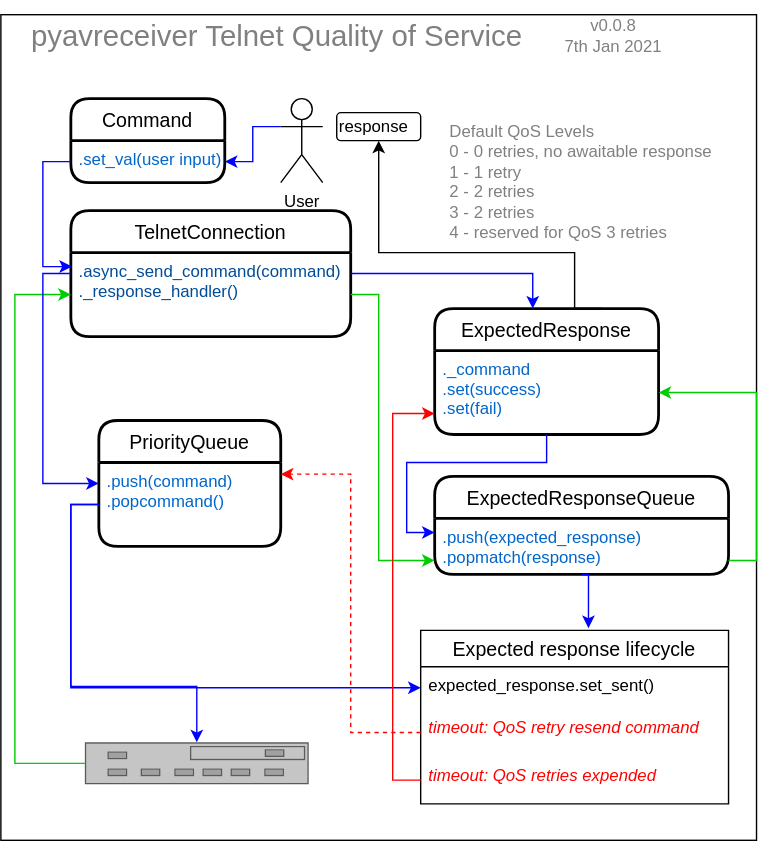
Before: qos-diagram.svg, a diagram exported from draw.io (JPHutchins/pyavreceiver). Source tidied: cells renumbered, new cells last; positions are measured from the earlier drawing's top-left corner, leaving out a move shared by most shapes.
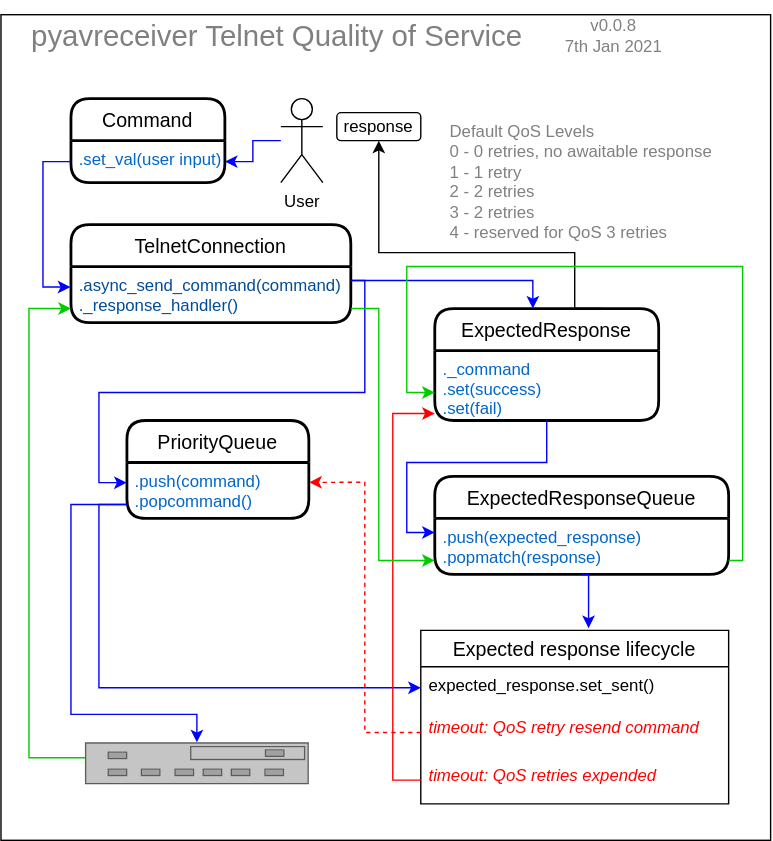
After the commit.

What changed in the source:
```diff
@@ -3,9 +3,9 @@
     <mxCell id="0" />
     <mxCell id="1" parent="0" />
     <mxCell id="2" style="rounded=0;whiteSpace=wrap;html=1;fontColor=#808080;align=left;" parent="1" vertex="1">
-      <mxGeometry y="10" width="540" height="590" as="geometry" />
+      <mxGeometry y="10" width="550" height="590" as="geometry" />
     </mxCell>
-    <mxCell id="3" style="edgeStyle=orthogonalEdgeStyle;rounded=0;jettySize=auto;html=1;exitX=0;exitY=0.3333333333333333;exitDx=0;exitDy=0;exitPerimeter=0;entryX=1;entryY=0.5;entryDx=0;entryDy=0;strokeColor=#0000FF;fontColor=#0000FF;" parent="1" edge="1" source="4" target="6">
+    <mxCell id="3" style="edgeStyle=orthogonalEdgeStyle;rounded=0;jettySize=auto;html=1;entryX=1;entryY=0.5;entryDx=0;entryDy=0;strokeColor=#0000FF;fontColor=#0000FF;" parent="1" edge="1" source="4" target="6">
       <mxGeometry relative="1" as="geometry" />
     </mxCell>
     <mxCell id="4" value="User" style="shape=umlActor;verticalLabelPosition=bottom;verticalAlign=top;html=1;outlineConnect=0;" parent="1" vertex="1">
@@ -18,16 +18,16 @@
       <mxGeometry y="30" width="110" height="30" as="geometry" />
     </mxCell>
     <mxCell id="7" value="TelnetConnection" style="swimlane;horizontal=1;startSize=30;rounded=1;fontSize=14;fontStyle=0;strokeWidth=2;shadow=0;dashed=0;align=center;" parent="1" vertex="1">
-      <mxGeometry x="50" y="150" width="200" height="90" as="geometry" />
+      <mxGeometry x="50" y="160" width="200" height="70" as="geometry" />
     </mxCell>
     <mxCell id="8" value=".async_send_command(command)&#10;._response_handler()" style="align=left;strokeColor=none;fillColor=none;spacingLeft=4;fontSize=12;verticalAlign=top;fontColor=#004C99;" parent="7" vertex="1">
-      <mxGeometry y="30" width="200" height="60" as="geometry" />
+      <mxGeometry y="30" width="200" height="40" as="geometry" />
     </mxCell>
     <mxCell id="9" value="PriorityQueue" style="swimlane;horizontal=1;startSize=30;rounded=1;fontSize=14;fontStyle=0;strokeWidth=2;shadow=0;dashed=0;align=center;" parent="1" vertex="1">
-      <mxGeometry x="70" y="300" width="130" height="90" as="geometry" />
+      <mxGeometry x="90" y="300" width="130" height="70" as="geometry" />
     </mxCell>
     <mxCell id="10" value=".push(command)&#10;.popcommand()" style="align=left;strokeColor=none;fillColor=none;spacingLeft=4;fontSize=12;verticalAlign=top;fontColor=#0066CC;" parent="9" vertex="1">
-      <mxGeometry y="30" width="130" height="60" as="geometry" />
+      <mxGeometry y="30" width="130" height="40" as="geometry" />
     </mxCell>
     <mxCell id="11" value="ExpectedResponseQueue" style="swimlane;horizontal=1;startSize=30;rounded=1;fontSize=14;fontStyle=0;strokeWidth=2;shadow=0;dashed=0;align=center;" parent="1" vertex="1">
       <mxGeometry x="310" y="340" width="210" height="70" as="geometry" />
@@ -44,19 +44,19 @@
       </mxGeometry>
     </mxCell>
     <mxCell id="14" value="ExpectedResponse" style="swimlane;horizontal=1;startSize=30;rounded=1;fontSize=14;fontStyle=0;strokeWidth=2;shadow=0;dashed=0;align=center;" parent="1" vertex="1">
-      <mxGeometry x="310" y="220" width="160" height="90" as="geometry" />
+      <mxGeometry x="310" y="220" width="160" height="80" as="geometry" />
     </mxCell>
     <mxCell id="15" style="edgeStyle=orthogonalEdgeStyle;rounded=0;orthogonalLoop=1;jettySize=auto;html=1;exitX=0.5;exitY=1;exitDx=0;exitDy=0;fontColor=#0066CC;" parent="14" edge="1" source="16" target="16">
       <mxGeometry relative="1" as="geometry" />
     </mxCell>
     <mxCell id="16" value="._command&#10;.set(success)&#10;.set(fail)" style="align=left;strokeColor=none;fillColor=none;spacingLeft=4;fontSize=12;verticalAlign=top;fontColor=#0066CC;" parent="14" vertex="1">
-      <mxGeometry y="30" width="160" height="60" as="geometry" />
+      <mxGeometry y="30" width="160" height="50" as="geometry" />
     </mxCell>
-    <mxCell id="17" style="edgeStyle=orthogonalEdgeStyle;rounded=0;jettySize=auto;html=1;entryX=0;entryY=0.5;entryDx=0;entryDy=0;fontColor=#0000FF;strokeColor=#00CC00;" parent="1" edge="1" source="18" target="8">
+    <mxCell id="17" style="edgeStyle=orthogonalEdgeStyle;rounded=0;jettySize=auto;html=1;entryX=0;entryY=0.75;entryDx=0;entryDy=0;fontColor=#808080;exitX=0.004;exitY=0.367;exitDx=0;exitDy=0;exitPerimeter=0;strokeColor=#00CC00;" parent="1" edge="1" source="18" target="8">
       <mxGeometry relative="1" as="geometry">
         <Array as="points">
-          <mxPoint x="10" y="545" />
-          <mxPoint x="10" y="210" />
+          <mxPoint x="20" y="541" />
+          <mxPoint x="20" y="220" />
         </Array>
       </mxGeometry>
     </mxCell>
@@ -75,55 +75,33 @@
     <mxCell id="22" value="timeout: QoS retries expended" style="text;strokeColor=none;fillColor=none;spacingLeft=4;spacingRight=4;overflow=hidden;points=[[0,0.5],[1,0.5]];portConstraint=eastwest;fontSize=12;fontStyle=2;fontColor=#FF0000;" parent="19" vertex="1">
       <mxGeometry y="90" width="220" height="34" as="geometry" />
     </mxCell>
-    <mxCell id="23" style="edgeStyle=orthogonalEdgeStyle;rounded=0;jettySize=auto;html=1;exitX=1;exitY=0.5;exitDx=0;exitDy=0;entryX=0;entryY=0.75;entryDx=0;entryDy=0;fontColor=#004C99;strokeColor=#00CC00;" parent="1" edge="1" source="8" target="12">
-      <mxGeometry relative="1" as="geometry">
-        <Array as="points">
-          <mxPoint x="270" y="210" />
-          <mxPoint x="270" y="400" />
-        </Array>
-      </mxGeometry>
-    </mxCell>
-    <mxCell id="24" style="edgeStyle=orthogonalEdgeStyle;rounded=0;jettySize=auto;html=1;exitX=0;exitY=0.25;exitDx=0;exitDy=0;entryX=0;entryY=0.25;entryDx=0;entryDy=0;fontColor=#0000FF;strokeColor=#0000FF;" parent="1" edge="1" source="8" target="10">
-      <mxGeometry relative="1" as="geometry" />
-    </mxCell>
-    <mxCell id="25" style="edgeStyle=orthogonalEdgeStyle;rounded=0;jettySize=auto;html=1;exitX=0;exitY=0.5;exitDx=0;exitDy=0;strokeColor=#0000FF;fontColor=#0000FF;entryX=0;entryY=0.5;entryDx=0;entryDy=0;" parent="1" edge="1" source="10" target="20">
+    <mxCell id="25" style="edgeStyle=orthogonalEdgeStyle;rounded=0;jettySize=auto;html=1;exitX=0;exitY=0.75;exitDx=0;exitDy=0;strokeColor=#0000FF;fontColor=#0000FF;entryX=0;entryY=0.5;entryDx=0;entryDy=0;" parent="1" edge="1" source="10" target="20">
       <mxGeometry relative="1" as="geometry" />
     </mxCell>
     <mxCell id="26" style="edgeStyle=orthogonalEdgeStyle;rounded=0;jettySize=auto;html=1;exitX=1;exitY=0.25;exitDx=0;exitDy=0;entryX=0.438;entryY=0;entryDx=0;entryDy=0;entryPerimeter=0;strokeColor=#0000FF;fontColor=#0000FF;" parent="1" edge="1" source="8" target="14">
       <mxGeometry relative="1" as="geometry" />
     </mxCell>
-    <mxCell id="27" style="edgeStyle=orthogonalEdgeStyle;rounded=0;jettySize=auto;html=1;exitX=0;exitY=0.5;exitDx=0;exitDy=0;entryX=0;entryY=0.75;entryDx=0;entryDy=0;fontColor=#0000FF;strokeColor=#FF0000;" parent="1" edge="1" source="22" target="16">
+    <mxCell id="27" style="edgeStyle=orthogonalEdgeStyle;rounded=0;jettySize=auto;html=1;exitX=0;exitY=0.5;exitDx=0;exitDy=0;fontColor=#0000FF;strokeColor=#FF0000;" parent="1" edge="1" source="22">
       <mxGeometry relative="1" as="geometry">
+        <mxPoint x="310" y="295" as="targetPoint" />
         <Array as="points">
           <mxPoint x="280" y="557" />
           <mxPoint x="280" y="295" />
         </Array>
       </mxGeometry>
     </mxCell>
-    <mxCell id="28" style="edgeStyle=orthogonalEdgeStyle;rounded=0;jettySize=auto;html=1;exitX=0;exitY=0.5;exitDx=0;exitDy=0;entryX=0.004;entryY=0.167;entryDx=0;entryDy=0;entryPerimeter=0;strokeColor=#0000FF;fontColor=#0000FF;" parent="1" edge="1" source="6" target="8">
+    <mxCell id="28" style="edgeStyle=orthogonalEdgeStyle;rounded=0;jettySize=auto;html=1;exitX=0;exitY=0.5;exitDx=0;exitDy=0;entryX=-0.002;entryY=0.366;entryDx=0;entryDy=0;entryPerimeter=0;strokeColor=#0000FF;fontColor=#0000FF;" parent="1" edge="1" source="6" target="8">
       <mxGeometry relative="1" as="geometry" />
     </mxCell>
-    <mxCell id="29" value="&lt;font color=&quot;#000000&quot;&gt;response&lt;/font&gt;" style="rounded=1;whiteSpace=wrap;html=1;fontColor=#0000FF;align=left;" parent="1" vertex="1">
+    <mxCell id="29" value="&lt;font color=&quot;#000000&quot;&gt;response&lt;/font&gt;" style="rounded=1;whiteSpace=wrap;html=1;fontColor=#0000FF;align=center;" parent="1" vertex="1">
       <mxGeometry x="240" y="80" width="60" height="20" as="geometry" />
     </mxCell>
-    <mxCell id="30" style="edgeStyle=orthogonalEdgeStyle;rounded=0;jettySize=auto;html=1;exitX=0;exitY=0.5;exitDx=0;exitDy=0;strokeColor=#0000FF;fontColor=#0000FF;" parent="1" edge="1" source="10" target="18">
-      <mxGeometry relative="1" as="geometry">
-        <Array as="points">
-          <mxPoint x="50" y="360" />
-          <mxPoint x="50" y="490" />
-          <mxPoint x="140" y="490" />
-        </Array>
-      </mxGeometry>
-    </mxCell>
     <mxCell id="31" style="edgeStyle=orthogonalEdgeStyle;rounded=0;jettySize=auto;html=1;exitX=0.5;exitY=1;exitDx=0;exitDy=0;entryX=0.545;entryY=-0.013;entryDx=0;entryDy=0;entryPerimeter=0;fontColor=#0000FF;strokeColor=#0000FF;" parent="1" edge="1" source="12" target="19">
       <mxGeometry relative="1" as="geometry" />
     </mxCell>
-    <mxCell id="32" style="edgeStyle=orthogonalEdgeStyle;rounded=0;jettySize=auto;html=1;entryX=1;entryY=0.139;entryDx=0;entryDy=0;entryPerimeter=0;fontColor=#808080;strokeColor=#FF0000;dashed=1;" parent="1" edge="1" source="21" target="10">
+    <mxCell id="32" style="edgeStyle=orthogonalEdgeStyle;rounded=0;jettySize=auto;html=1;entryX=1.002;entryY=0.355;entryDx=0;entryDy=0;entryPerimeter=0;fontColor=#808080;strokeColor=#FF0000;dashed=1;" parent="1" edge="1" source="21" target="10">
       <mxGeometry relative="1" as="geometry" />
     </mxCell>
-    <mxCell id="33" style="edgeStyle=orthogonalEdgeStyle;rounded=0;jettySize=auto;html=1;exitX=1;exitY=0.75;exitDx=0;exitDy=0;entryX=1;entryY=0.5;entryDx=0;entryDy=0;fontColor=#808080;strokeColor=#00CC00;" parent="1" edge="1" source="12" target="16">
-      <mxGeometry relative="1" as="geometry" />
-    </mxCell>
     <mxCell id="34" style="edgeStyle=orthogonalEdgeStyle;rounded=0;jettySize=auto;html=1;exitX=0.5;exitY=1;exitDx=0;exitDy=0;entryX=0;entryY=0.25;entryDx=0;entryDy=0;strokeColor=#0000FF;fontColor=#808080;" parent="1" edge="1" source="16" target="12">
       <mxGeometry relative="1" as="geometry">
         <Array as="points">
@@ -142,5 +120,42 @@
     <mxCell id="37" value="v0.0.8&lt;br&gt;7th Jan 2021" style="text;html=1;strokeColor=none;fillColor=none;align=center;verticalAlign=middle;whiteSpace=wrap;rounded=0;fontColor=#808080;" parent="1" vertex="1">
       <mxGeometry x="390" y="15" width="96" height="20" as="geometry" />
     </mxCell>
+    <mxCell id="30" style="edgeStyle=orthogonalEdgeStyle;rounded=0;jettySize=auto;html=1;exitX=0;exitY=0.75;exitDx=0;exitDy=0;strokeColor=#0000FF;fontColor=#808080;" parent="1" edge="1" source="10" target="18">
+      <mxGeometry relative="1" as="geometry">
+        <Array as="points">
+          <mxPoint x="50" y="360" />
+          <mxPoint x="50" y="510" />
+          <mxPoint x="140" y="510" />
+        </Array>
+      </mxGeometry>
+    </mxCell>
+    <mxCell id="24" style="edgeStyle=orthogonalEdgeStyle;rounded=0;jettySize=auto;html=1;exitX=1;exitY=0.25;exitDx=0;exitDy=0;entryX=-0.001;entryY=0.361;entryDx=0;entryDy=0;entryPerimeter=0;fontColor=#808080;strokeColor=#0000FF;" parent="1" edge="1" source="8" target="10">
+      <mxGeometry relative="1" as="geometry">
+        <Array as="points">
+          <mxPoint x="260" y="200" />
+          <mxPoint x="260" y="280" />
+          <mxPoint x="70" y="280" />
+          <mxPoint x="70" y="344" />
+        </Array>
+      </mxGeometry>
+    </mxCell>
+    <mxCell id="38" style="edgeStyle=orthogonalEdgeStyle;rounded=0;jettySize=auto;html=1;exitX=1;exitY=0.75;exitDx=0;exitDy=0;entryX=0;entryY=0.75;entryDx=0;entryDy=0;fontColor=#808080;strokeColor=#00CC00;" parent="1" edge="1" source="12" target="14">
+      <mxGeometry relative="1" as="geometry">
+        <Array as="points">
+          <mxPoint x="530" y="400" />
+          <mxPoint x="530" y="190" />
+          <mxPoint x="290" y="190" />
+          <mxPoint x="290" y="280" />
+        </Array>
+      </mxGeometry>
+    </mxCell>
+    <mxCell id="23" style="edgeStyle=orthogonalEdgeStyle;rounded=0;jettySize=auto;html=1;exitX=1;exitY=0.75;exitDx=0;exitDy=0;entryX=0;entryY=0.75;entryDx=0;entryDy=0;strokeColor=#00CC00;fontColor=#808080;" parent="1" edge="1" source="8" target="12">
+      <mxGeometry relative="1" as="geometry">
+        <Array as="points">
+          <mxPoint x="270" y="220" />
+          <mxPoint x="270" y="400" />
+        </Array>
+      </mxGeometry>
+    </mxCell>
   </root>
 </mxGraphModel>
```
